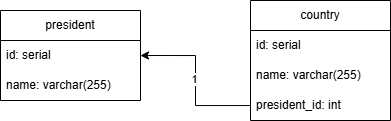
TonyMontanno/job4j_design keeps this draw.io diagram as diagrams/OneToOneBiDirectionalDiagram.png. Above is the earlier version. Source tidied: cells renumbered, new cells last; positions are measured from the earlier drawing's top-left corner, leaving out a move shared by most shapes.
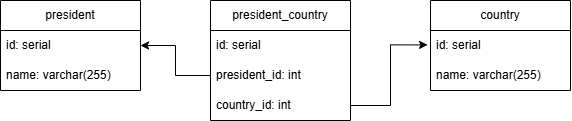
After the change.

Commit message:
1. Связи между таблицами [#373615]

What changed in the source:
```diff
@@ -2,32 +2,41 @@
   <root>
     <mxCell id="0" />
     <mxCell id="1" parent="0" />
+    <mxCell id="5" value="country" style="swimlane;fontStyle=0;horizontal=1;startSize=30;whiteSpace=wrap;html=1;" parent="1" vertex="1">
+      <mxGeometry x="350" y="-70" width="140" height="90" as="geometry" />
+    </mxCell>
+    <mxCell id="11" value="id: serial" style="text;strokeColor=none;fillColor=none;align=left;verticalAlign=middle;spacingLeft=4;spacingRight=4;overflow=hidden;points=[[0,0.5],[1,0.5]];portConstraint=eastwest;whiteSpace=wrap;html=1;" parent="5" vertex="1">
+      <mxGeometry y="30" width="140" height="30" as="geometry" />
+    </mxCell>
+    <mxCell id="12" value="name: varchar(255)" style="text;strokeColor=none;fillColor=none;align=left;verticalAlign=middle;spacingLeft=4;spacingRight=4;overflow=hidden;whiteSpace=wrap;html=1;" parent="5" vertex="1">
+      <mxGeometry y="60" width="140" height="30" as="geometry" />
+    </mxCell>
     <mxCell id="2" value="president" style="swimlane;fontStyle=0;horizontal=1;startSize=30;whiteSpace=wrap;html=1;" parent="1" vertex="1">
-      <mxGeometry y="10" width="140" height="90" as="geometry" />
+      <mxGeometry x="-80" y="-70" width="140" height="90" as="geometry" />
     </mxCell>
-    <mxCell id="3" value="id: serial" style="text;strokeColor=none;fillColor=none;align=left;verticalAlign=middle;spacingLeft=4;spacingRight=4;overflow=hidden;points=[[0,0.5],[1,0.5]];portConstraint=eastwest;whiteSpace=wrap;html=1;" parent="2" vertex="1">
-      <mxGeometry y="30" width="140" height="30" as="geometry" />
-    </mxCell>
-    <mxCell id="4" value="name: varchar(255)" style="text;strokeColor=none;fillColor=none;align=left;verticalAlign=middle;spacingLeft=4;spacingRight=4;overflow=hidden;whiteSpace=wrap;html=1;" parent="2" vertex="1">
-      <mxGeometry y="60" width="140" height="30" as="geometry" />
-    </mxCell>
-    <mxCell id="5" value="country" style="swimlane;fontStyle=0;horizontal=1;startSize=30;whiteSpace=wrap;html=1;" parent="1" vertex="1">
-      <mxGeometry x="250" width="140" height="120" as="geometry" />
-    </mxCell>
-    <mxCell id="6" value="id: serial" style="text;strokeColor=none;fillColor=none;align=left;verticalAlign=middle;spacingLeft=4;spacingRight=4;overflow=hidden;whiteSpace=wrap;html=1;" parent="5" vertex="1">
-      <mxGeometry y="30" width="140" height="30" as="geometry" />
-    </mxCell>
-    <mxCell id="7" value="name: varchar(255)" style="text;strokeColor=none;fillColor=none;align=left;verticalAlign=middle;spacingLeft=4;spacingRight=4;overflow=hidden;whiteSpace=wrap;html=1;" parent="5" vertex="1">
-      <mxGeometry y="60" width="140" height="30" as="geometry" />
-    </mxCell>
+    <mxCell id="13" value="id: serial" style="text;strokeColor=none;fillColor=none;align=left;verticalAlign=middle;spacingLeft=4;spacingRight=4;overflow=hidden;points=[[0,0.5],[1,0.5]];portConstraint=eastwest;whiteSpace=wrap;html=1;" parent="2" vertex="1">
+      <mxGeometry y="30" width="140" height="30" as="geometry" />
+    </mxCell>
+    <mxCell id="14" value="name: varchar(255)" style="text;strokeColor=none;fillColor=none;align=left;verticalAlign=middle;spacingLeft=4;spacingRight=4;overflow=hidden;whiteSpace=wrap;html=1;" parent="2" vertex="1">
+      <mxGeometry y="60" width="140" height="30" as="geometry" />
+    </mxCell>
+    <mxCell id="15" value="president_country" style="swimlane;fontStyle=0;horizontal=1;startSize=30;whiteSpace=wrap;html=1;" parent="1" vertex="1">
+      <mxGeometry x="130" y="-70" width="140" height="120" as="geometry" />
+    </mxCell>
+    <mxCell id="16" value="id: serial" style="text;strokeColor=none;fillColor=none;align=left;verticalAlign=middle;spacingLeft=4;spacingRight=4;overflow=hidden;whiteSpace=wrap;html=1;" parent="15" vertex="1">
+      <mxGeometry y="30" width="140" height="30" as="geometry" />
+    </mxCell>
-    <mxCell id="8" value="president_id: int" style="text;strokeColor=none;fillColor=none;align=left;verticalAlign=middle;spacingLeft=4;spacingRight=4;overflow=hidden;points=[[0,0.5],[1,0.5]];portConstraint=eastwest;whiteSpace=wrap;html=1;" parent="5" vertex="1">
-      <mxGeometry y="90" width="140" height="30" as="geometry" />
+    <mxCell id="8" value="president_id: int" style="text;strokeColor=none;fillColor=none;align=left;verticalAlign=middle;spacingLeft=4;spacingRight=4;overflow=hidden;points=[[0,0.5],[1,0.5]];portConstraint=eastwest;whiteSpace=wrap;html=1;" parent="15" vertex="1">
+      <mxGeometry y="60" width="140" height="30" as="geometry" />
     </mxCell>
-    <mxCell id="9" style="edgeStyle=orthogonalEdgeStyle;rounded=0;jettySize=auto;html=1;entryX=1;entryY=0.5;entryDx=0;entryDy=0;" parent="1" edge="1" source="8" target="3">
-      <mxGeometry relative="1" as="geometry" />
-    </mxCell>
-    <mxCell id="10" value="1" style="edgeLabel;html=1;align=center;verticalAlign=middle;" parent="9" vertex="1">
-      <mxGeometry x="0.02" y="1" relative="1" as="geometry" />
-    </mxCell>
+    <mxCell id="17" value="country_id: int" style="text;strokeColor=none;fillColor=none;align=left;verticalAlign=middle;spacingLeft=4;spacingRight=4;overflow=hidden;points=[[0,0.5],[1,0.5]];portConstraint=eastwest;whiteSpace=wrap;html=1;" parent="15" vertex="1">
+      <mxGeometry y="90" width="140" height="30" as="geometry" />
+    </mxCell>
+    <mxCell id="18" style="edgeStyle=orthogonalEdgeStyle;rounded=0;jettySize=auto;html=1;entryX=1;entryY=0.5;entryDx=0;entryDy=0;" parent="1" edge="1" source="8" target="13">
+      <mxGeometry relative="1" as="geometry" />
+    </mxCell>
+    <mxCell id="19" style="edgeStyle=orthogonalEdgeStyle;rounded=0;jettySize=auto;html=1;entryX=-0.021;entryY=0.481;entryDx=0;entryDy=0;entryPerimeter=0;" parent="1" edge="1" source="17" target="11">
+      <mxGeometry relative="1" as="geometry" />
+    </mxCell>
   </root>
 </mxGraphModel>
```
